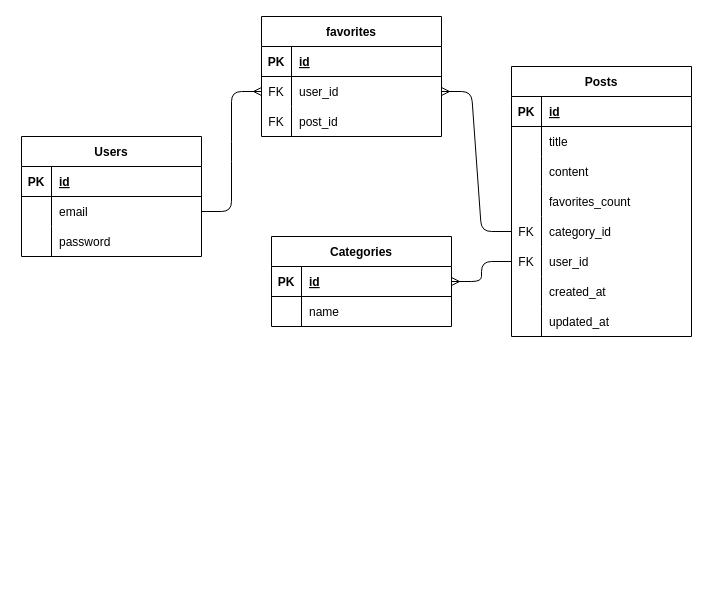
Earlier version of the draw.io diagram api/db/er.dio (junjimoriyama/next-rails-blog). Source tidied: cells renumbered, new cells numbered last; positions are measured from the earlier drawing's top-left corner, leaving out a move shared by most shapes. Both pictures are drawn from the tidied source at 100%, with x=0, y=0 at pixel (21, 16).
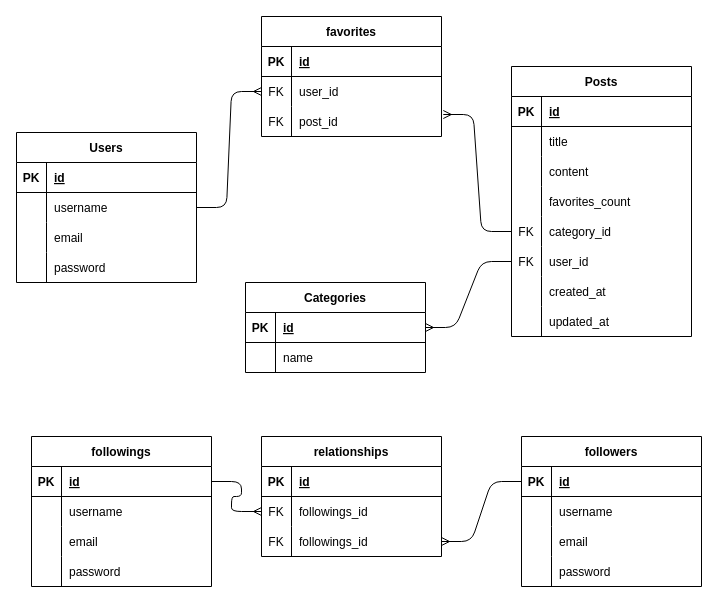
After the change.

Unchanged cells that the change refers to:
```xml
<mxCell id="6" style="shape=tableRow;horizontal=0;startSize=0;swimlaneHead=0;swimlaneBody=0;fillColor=none;points=[[0,0.5],[1,0.5]];portConstraint=eastwest;top=0;left=0;right=0;bottom=0;" parent="2" vertex="1">
  <mxGeometry y="60" width="180" height="30" as="geometry" />
</mxCell>
<mxCell id="9" style="shape=tableRow;horizontal=0;startSize=0;swimlaneHead=0;swimlaneBody=0;fillColor=none;top=0;left=0;right=0;bottom=0;" parent="2" vertex="1">
  <mxGeometry y="90" width="180" height="30" as="geometry" />
</mxCell>
<mxCell id="25" style="shape=tableRow;horizontal=0;startSize=0;swimlaneHead=0;swimlaneBody=0;fillColor=none;points=[[0,0.5],[1,0.5]];portConstraint=eastwest;top=0;left=0;right=0;bottom=0;" parent="12" vertex="1">
  <mxGeometry y="150" width="180" height="30" as="geometry" />
</mxCell>
<mxCell id="48" style="shape=tableRow;horizontal=0;startSize=0;swimlaneHead=0;swimlaneBody=0;fillColor=none;points=[[0,0.5],[1,0.5]];portConstraint=eastwest;top=0;left=0;right=0;bottom=0;" parent="44" vertex="1">
  <mxGeometry y="60" width="180" height="30" as="geometry" />
</mxCell>
<mxCell id="51" style="shape=tableRow;horizontal=0;startSize=0;swimlaneHead=0;swimlaneBody=0;fillColor=none;points=[[0,0.5],[1,0.5]];portConstraint=eastwest;top=0;left=0;right=0;bottom=0;" parent="44" vertex="1">
  <mxGeometry y="90" width="180" height="30" as="geometry" />
</mxCell>
```

What changed in the source:
```diff
@@
     <mxCell id="2" value="Users" style="shape=table;startSize=30;childLayout=tableLayout;rowLines=0;fontStyle=1;align=center;" parent="1" vertex="1">
-      <mxGeometry y="120" width="180" height="120" as="geometry" />
+      <mxGeometry x="-5" y="116" width="180" height="150" as="geometry" />
     </mxCell>
@@
-    <mxCell id="8" value="email" style="shape=partialRectangle;fillColor=none;top=0;left=0;bottom=0;right=0;align=left;spacingLeft=6;overflow=hidden;" parent="6" vertex="1">
+    <mxCell id="8" value="username" style="shape=partialRectangle;fillColor=none;top=0;left=0;bottom=0;right=0;align=left;spacingLeft=6;overflow=hidden;" parent="6" vertex="1">
       <mxGeometry x="30" width="150" height="30" as="geometry" />
     </mxCell>
@@
-    <mxCell id="11" value="password" style="shape=partialRectangle;fillColor=none;top=0;left=0;bottom=0;right=0;align=left;spacingLeft=6;overflow=hidden;" parent="9" vertex="1">
+    <mxCell id="11" value="email" style="shape=partialRectangle;fillColor=none;top=0;left=0;bottom=0;right=0;align=left;spacingLeft=6;overflow=hidden;" parent="9" vertex="1">
       <mxGeometry x="30" width="150" height="30" as="geometry" />
     </mxCell>
+    <mxCell id="57" style="shape=tableRow;horizontal=0;startSize=0;swimlaneHead=0;swimlaneBody=0;fillColor=none;top=0;left=0;right=0;bottom=0;" parent="2" vertex="1">
+      <mxGeometry y="120" width="180" height="30" as="geometry" />
+    </mxCell>
+    <mxCell id="58" style="shape=partialRectangle;fillColor=none;top=0;left=0;bottom=0;right=0;overflow=hidden;" parent="57" vertex="1">
+      <mxGeometry width="30" height="30" as="geometry" />
+    </mxCell>
+    <mxCell id="59" value="password" style="shape=partialRectangle;fillColor=none;top=0;left=0;bottom=0;right=0;align=left;spacingLeft=6;overflow=hidden;" parent="57" vertex="1">
+      <mxGeometry x="30" width="150" height="30" as="geometry" />
+    </mxCell>
@@
     <mxCell id="37" value="Categories" style="shape=table;startSize=30;childLayout=tableLayout;rowLines=0;fontStyle=1;align=center;" parent="1" vertex="1">
-      <mxGeometry x="250" y="220" width="180" height="90" as="geometry" />
+      <mxGeometry x="224" y="266" width="180" height="90" as="geometry" />
     </mxCell>
@@
-    <mxCell id="55" style="edgeStyle=entityRelationEdgeStyle;fontSize=12;html=1;endArrow=ERmany;entryX=1;entryY=0.5;entryDx=0;entryDy=0;" parent="1" edge="1" source="25" target="48">
+    <mxCell id="55" style="edgeStyle=entityRelationEdgeStyle;fontSize=12;html=1;endArrow=ERmany;entryX=1.01;entryY=0.267;entryDx=0;entryDy=0;entryPerimeter=0;" parent="1" edge="1" source="25" target="51">
       <mxGeometry relative="1" as="geometry" />
     </mxCell>
@@
+    <mxCell id="60" value="relationships" style="shape=table;startSize=30;childLayout=tableLayout;rowLines=0;fontStyle=1;align=center;" parent="1" vertex="1">
+      <mxGeometry x="240" y="420" width="180" height="120" as="geometry" />
+    </mxCell>
+    <mxCell id="61" style="shape=tableRow;horizontal=0;startSize=0;swimlaneHead=0;swimlaneBody=0;fillColor=none;top=0;left=0;right=0;bottom=1;" parent="60" vertex="1">
+      <mxGeometry y="30" width="180" height="30" as="geometry" />
+    </mxCell>
+    <mxCell id="62" value="PK" style="shape=partialRectangle;fillColor=none;top=0;left=0;bottom=0;right=0;fontStyle=1;overflow=hidden;" parent="61" vertex="1">
+      <mxGeometry width="30" height="30" as="geometry" />
+    </mxCell>
+    <mxCell id="63" value="id" style="shape=partialRectangle;fillColor=none;top=0;left=0;bottom=0;right=0;align=left;spacingLeft=6;fontStyle=5;overflow=hidden;" parent="61" vertex="1">
+      <mxGeometry x="30" width="150" height="30" as="geometry" />
+    </mxCell>
+    <mxCell id="64" style="shape=tableRow;horizontal=0;startSize=0;swimlaneHead=0;swimlaneBody=0;fillColor=none;points=[[0,0.5],[1,0.5]];portConstraint=eastwest;top=0;left=0;right=0;bottom=0;" parent="60" vertex="1">
+      <mxGeometry y="60" width="180" height="30" as="geometry" />
+    </mxCell>
+    <mxCell id="65" value="FK" style="shape=partialRectangle;fillColor=none;top=0;left=0;bottom=0;right=0;overflow=hidden;" parent="64" vertex="1">
+      <mxGeometry width="30" height="30" as="geometry" />
+    </mxCell>
+    <mxCell id="66" value="followings_id" style="shape=partialRectangle;fillColor=none;top=0;left=0;bottom=0;right=0;align=left;spacingLeft=6;overflow=hidden;" parent="64" vertex="1">
+      <mxGeometry x="30" width="150" height="30" as="geometry" />
+    </mxCell>
+    <mxCell id="67" style="shape=tableRow;horizontal=0;startSize=0;swimlaneHead=0;swimlaneBody=0;fillColor=none;points=[[0,0.5],[1,0.5]];portConstraint=eastwest;top=0;left=0;right=0;bottom=0;" parent="60" vertex="1">
+      <mxGeometry y="90" width="180" height="30" as="geometry" />
+    </mxCell>
+    <mxCell id="68" value="FK" style="shape=partialRectangle;fillColor=none;top=0;left=0;bottom=0;right=0;overflow=hidden;" parent="67" vertex="1">
+      <mxGeometry width="30" height="30" as="geometry" />
+    </mxCell>
+    <mxCell id="69" value="followings_id" style="shape=partialRectangle;fillColor=none;top=0;left=0;bottom=0;right=0;align=left;spacingLeft=6;overflow=hidden;" parent="67" vertex="1">
+      <mxGeometry x="30" width="150" height="30" as="geometry" />
+    </mxCell>
+    <mxCell id="70" value="followings" style="shape=table;startSize=30;childLayout=tableLayout;rowLines=0;fontStyle=1;align=center;" parent="1" vertex="1">
+      <mxGeometry x="10" y="420" width="180" height="150" as="geometry" />
+    </mxCell>
+    <mxCell id="71" style="shape=tableRow;horizontal=0;startSize=0;swimlaneHead=0;swimlaneBody=0;fillColor=none;points=[[0,0.5],[1,0.5]];portConstraint=eastwest;top=0;left=0;right=0;bottom=1;" parent="70" vertex="1">
+      <mxGeometry y="30" width="180" height="30" as="geometry" />
+    </mxCell>
+    <mxCell id="72" value="PK" style="shape=partialRectangle;fillColor=none;top=0;left=0;bottom=0;right=0;fontStyle=1;overflow=hidden;" parent="71" vertex="1">
+      <mxGeometry width="30" height="30" as="geometry" />
+    </mxCell>
+    <mxCell id="73" value="id" style="shape=partialRectangle;fillColor=none;top=0;left=0;bottom=0;right=0;align=left;spacingLeft=6;fontStyle=5;overflow=hidden;" parent="71" vertex="1">
+      <mxGeometry x="30" width="150" height="30" as="geometry" />
+    </mxCell>
+    <mxCell id="74" style="shape=tableRow;horizontal=0;startSize=0;swimlaneHead=0;swimlaneBody=0;fillColor=none;top=0;left=0;right=0;bottom=0;" parent="70" vertex="1">
+      <mxGeometry y="60" width="180" height="30" as="geometry" />
+    </mxCell>
+    <mxCell id="75" style="shape=partialRectangle;fillColor=none;top=0;left=0;bottom=0;right=0;overflow=hidden;" parent="74" vertex="1">
+      <mxGeometry width="30" height="30" as="geometry" />
+    </mxCell>
+    <mxCell id="76" value="username" style="shape=partialRectangle;fillColor=none;top=0;left=0;bottom=0;right=0;align=left;spacingLeft=6;overflow=hidden;" parent="74" vertex="1">
+      <mxGeometry x="30" width="150" height="30" as="geometry" />
+    </mxCell>
+    <mxCell id="77" style="shape=tableRow;horizontal=0;startSize=0;swimlaneHead=0;swimlaneBody=0;fillColor=none;top=0;left=0;right=0;bottom=0;" parent="70" vertex="1">
+      <mxGeometry y="90" width="180" height="30" as="geometry" />
+    </mxCell>
+    <mxCell id="78" style="shape=partialRectangle;fillColor=none;top=0;left=0;bottom=0;right=0;overflow=hidden;" parent="77" vertex="1">
+      <mxGeometry width="30" height="30" as="geometry" />
+    </mxCell>
+    <mxCell id="79" value="email" style="shape=partialRectangle;fillColor=none;top=0;left=0;bottom=0;right=0;align=left;spacingLeft=6;overflow=hidden;" parent="77" vertex="1">
+      <mxGeometry x="30" width="150" height="30" as="geometry" />
+    </mxCell>
+    <mxCell id="80" style="shape=tableRow;horizontal=0;startSize=0;swimlaneHead=0;swimlaneBody=0;fillColor=none;top=0;left=0;right=0;bottom=0;" parent="70" vertex="1">
+      <mxGeometry y="120" width="180" height="30" as="geometry" />
+    </mxCell>
+    <mxCell id="81" style="shape=partialRectangle;fillColor=none;top=0;left=0;bottom=0;right=0;overflow=hidden;" parent="80" vertex="1">
+      <mxGeometry width="30" height="30" as="geometry" />
+    </mxCell>
+    <mxCell id="82" value="password" style="shape=partialRectangle;fillColor=none;top=0;left=0;bottom=0;right=0;align=left;spacingLeft=6;overflow=hidden;" parent="80" vertex="1">
+      <mxGeometry x="30" width="150" height="30" as="geometry" />
+    </mxCell>
+    <mxCell id="83" value="followers" style="shape=table;startSize=30;childLayout=tableLayout;rowLines=0;fontStyle=1;align=center;" parent="1" vertex="1">
+      <mxGeometry x="500" y="420" width="180" height="150" as="geometry" />
+    </mxCell>
+    <mxCell id="84" style="shape=tableRow;horizontal=0;startSize=0;swimlaneHead=0;swimlaneBody=0;fillColor=none;points=[[0,0.5],[1,0.5]];portConstraint=eastwest;top=0;left=0;right=0;bottom=1;" parent="83" vertex="1">
+      <mxGeometry y="30" width="180" height="30" as="geometry" />
+    </mxCell>
+    <mxCell id="85" value="PK" style="shape=partialRectangle;fillColor=none;top=0;left=0;bottom=0;right=0;fontStyle=1;overflow=hidden;" parent="84" vertex="1">
+      <mxGeometry width="30" height="30" as="geometry" />
+    </mxCell>
+    <mxCell id="86" value="id" style="shape=partialRectangle;fillColor=none;top=0;left=0;bottom=0;right=0;align=left;spacingLeft=6;fontStyle=5;overflow=hidden;" parent="84" vertex="1">
+      <mxGeometry x="30" width="150" height="30" as="geometry" />
+    </mxCell>
+    <mxCell id="87" style="shape=tableRow;horizontal=0;startSize=0;swimlaneHead=0;swimlaneBody=0;fillColor=none;top=0;left=0;right=0;bottom=0;" parent="83" vertex="1">
+      <mxGeometry y="60" width="180" height="30" as="geometry" />
+    </mxCell>
+    <mxCell id="88" style="shape=partialRectangle;fillColor=none;top=0;left=0;bottom=0;right=0;overflow=hidden;" parent="87" vertex="1">
+      <mxGeometry width="30" height="30" as="geometry" />
+    </mxCell>
+    <mxCell id="89" value="username" style="shape=partialRectangle;fillColor=none;top=0;left=0;bottom=0;right=0;align=left;spacingLeft=6;overflow=hidden;" parent="87" vertex="1">
+      <mxGeometry x="30" width="150" height="30" as="geometry" />
+    </mxCell>
+    <mxCell id="90" style="shape=tableRow;horizontal=0;startSize=0;swimlaneHead=0;swimlaneBody=0;fillColor=none;top=0;left=0;right=0;bottom=0;" parent="83" vertex="1">
+      <mxGeometry y="90" width="180" height="30" as="geometry" />
+    </mxCell>
+    <mxCell id="91" style="shape=partialRectangle;fillColor=none;top=0;left=0;bottom=0;right=0;overflow=hidden;" parent="90" vertex="1">
+      <mxGeometry width="30" height="30" as="geometry" />
+    </mxCell>
+    <mxCell id="92" value="email" style="shape=partialRectangle;fillColor=none;top=0;left=0;bottom=0;right=0;align=left;spacingLeft=6;overflow=hidden;" parent="90" vertex="1">
+      <mxGeometry x="30" width="150" height="30" as="geometry" />
+    </mxCell>
+    <mxCell id="93" style="shape=tableRow;horizontal=0;startSize=0;swimlaneHead=0;swimlaneBody=0;fillColor=none;top=0;left=0;right=0;bottom=0;" parent="83" vertex="1">
+      <mxGeometry y="120" width="180" height="30" as="geometry" />
+    </mxCell>
+    <mxCell id="94" style="shape=partialRectangle;fillColor=none;top=0;left=0;bottom=0;right=0;overflow=hidden;" parent="93" vertex="1">
+      <mxGeometry width="30" height="30" as="geometry" />
+    </mxCell>
+    <mxCell id="95" value="password" style="shape=partialRectangle;fillColor=none;top=0;left=0;bottom=0;right=0;align=left;spacingLeft=6;overflow=hidden;" parent="93" vertex="1">
+      <mxGeometry x="30" width="150" height="30" as="geometry" />
+    </mxCell>
+    <mxCell id="96" style="edgeStyle=entityRelationEdgeStyle;fontSize=12;html=1;endArrow=ERmany;entryX=0;entryY=0.5;entryDx=0;entryDy=0;exitX=1;exitY=0.5;exitDx=0;exitDy=0;" parent="1" edge="1" source="71" target="64">
+      <mxGeometry relative="1" as="geometry" />
+    </mxCell>
+    <mxCell id="97" style="edgeStyle=entityRelationEdgeStyle;fontSize=12;html=1;endArrow=ERmany;exitX=0;exitY=0.5;exitDx=0;exitDy=0;entryX=1;entryY=0.5;entryDx=0;entryDy=0;" parent="1" edge="1" source="84" target="67">
+      <mxGeometry relative="1" as="geometry" />
+    </mxCell>
```
